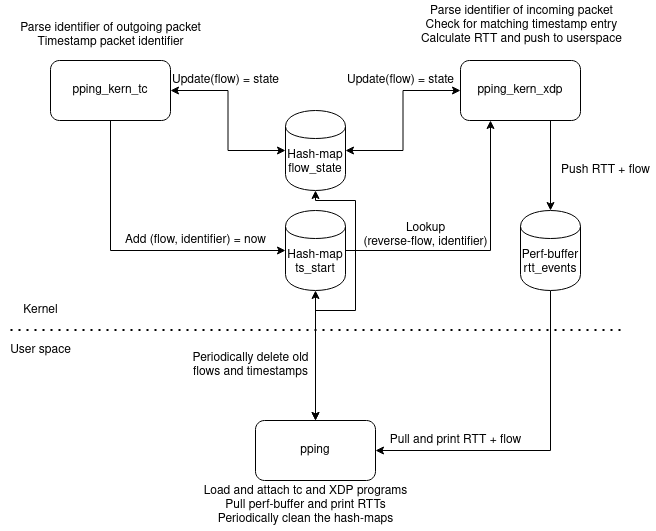
The draw.io diagram pping/eBPF_pping_design.png in xdp-project/bpf-examples, before a commit. Source tidied: cells renumbered, new cells last; positions are measured from the earlier drawing's top-left corner, leaving out a move shared by most shapes.
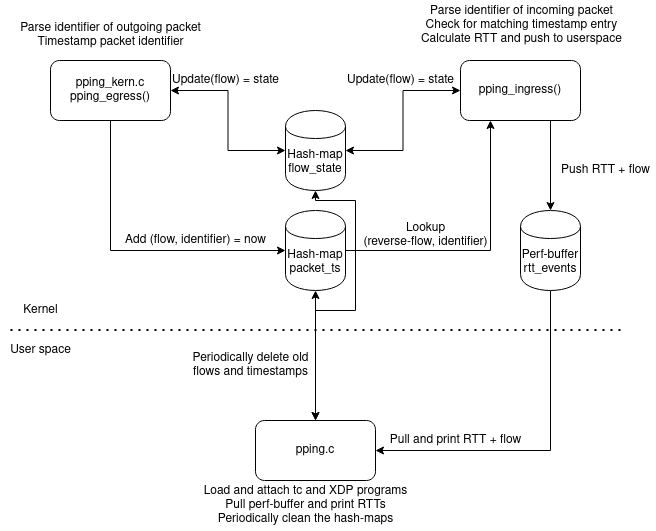
Above is the later version.

Change to the diagram source:
```diff
@@ -8,13 +8,13 @@
     <mxCell id="3" style="edgeStyle=orthogonalEdgeStyle;rounded=0;jettySize=auto;html=1;exitX=1;exitY=0.5;exitDx=0;exitDy=0;entryX=0;entryY=0.5;entryDx=0;entryDy=0;startArrow=classic;startFill=1;" parent="1" edge="1" source="4" target="22">
       <mxGeometry relative="1" as="geometry" />
     </mxCell>
-    <mxCell id="4" value="pping_kern_tc" style="rounded=1;whiteSpace=wrap;html=1;" parent="1" vertex="1">
+    <mxCell id="4" value="&lt;div&gt;pping_kern.c&lt;/div&gt;&lt;div&gt;pping_egress()&lt;/div&gt;" style="rounded=1;whiteSpace=wrap;html=1;" parent="1" vertex="1">
       <mxGeometry x="50" y="60" width="120" height="60" as="geometry" />
     </mxCell>
     <mxCell id="5" style="edgeStyle=orthogonalEdgeStyle;rounded=0;jettySize=auto;html=1;exitX=0.75;exitY=1;exitDx=0;exitDy=0;entryX=0.5;entryY=0;entryDx=0;entryDy=0;" parent="1" edge="1" source="6" target="25">
       <mxGeometry relative="1" as="geometry" />
     </mxCell>
-    <mxCell id="6" value="pping_kern_xdp" style="rounded=1;whiteSpace=wrap;html=1;" parent="1" vertex="1">
+    <mxCell id="6" value="pping_ingress()" style="rounded=1;whiteSpace=wrap;html=1;" parent="1" vertex="1">
       <mxGeometry x="460" y="60" width="120" height="60" as="geometry" />
     </mxCell>
     <mxCell id="7" style="edgeStyle=orthogonalEdgeStyle;rounded=0;jettySize=auto;html=1;entryX=0.5;entryY=1;entryDx=0;entryDy=0;startArrow=classic;startFill=1;exitX=0.5;exitY=0;exitDx=0;exitDy=0;" parent="1" edge="1" source="9" target="11">
@@ -30,13 +30,13 @@
         </Array>
       </mxGeometry>
     </mxCell>
-    <mxCell id="9" value="pping" style="rounded=1;whiteSpace=wrap;html=1;" parent="1" vertex="1">
+    <mxCell id="9" value="pping.c" style="rounded=1;whiteSpace=wrap;html=1;" parent="1" vertex="1">
       <mxGeometry x="255" y="420" width="120" height="60" as="geometry" />
     </mxCell>
     <mxCell id="10" style="edgeStyle=orthogonalEdgeStyle;rounded=0;jettySize=auto;html=1;exitX=1;exitY=0.5;exitDx=0;exitDy=0;entryX=0.25;entryY=1;entryDx=0;entryDy=0;" parent="1" edge="1" source="11" target="6">
       <mxGeometry relative="1" as="geometry" />
     </mxCell>
-    <mxCell id="11" value="Hash-map&lt;br&gt;ts_start" style="shape=cylinder;whiteSpace=wrap;html=1;boundedLbl=1;backgroundOutline=1;" parent="1" vertex="1">
+    <mxCell id="11" value="Hash-map&lt;br&gt;packet_ts" style="shape=cylinder;whiteSpace=wrap;html=1;boundedLbl=1;backgroundOutline=1;" parent="1" vertex="1">
       <mxGeometry x="285" y="210" width="60" height="80" as="geometry" />
     </mxCell>
     <mxCell id="12" style="edgeStyle=orthogonalEdgeStyle;rounded=0;jettySize=auto;html=1;exitX=0.5;exitY=1;exitDx=0;exitDy=0;entryX=1;entryY=0.5;entryDx=0;entryDy=0;" parent="1" edge="1" source="25" target="9">
```
